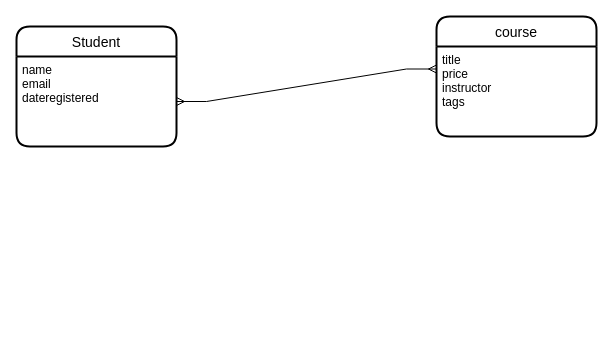
This is Untitled Diagram.drawio from musa0491/DataBase-MySQL, a draw.io file, before an edit. Source tidied: cells renumbered, new cells numbered last; positions are measured from the earlier drawing's top-left corner, leaving out a move shared by most shapes. Both pictures are drawn from the tidied source at 100%, with x=0, y=0 at pixel (16, 16).
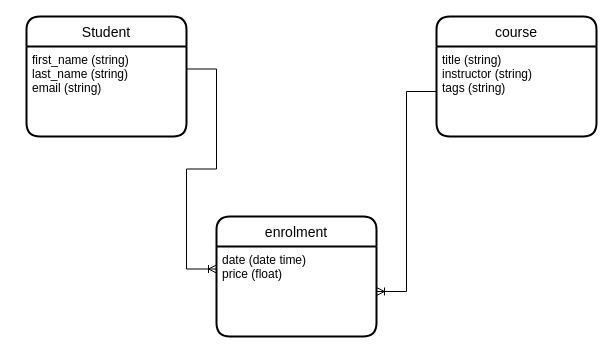
The same page after the edit.

Diff of the diagram source:
```diff
@@
 <mxGraphModel>
   <root>
     <mxCell id="0" />
     <mxCell id="1" parent="0" />
     <mxCell id="2" value="Student" style="swimlane;horizontal=1;startSize=30;rounded=1;fontSize=14;fontStyle=0;strokeWidth=2;shadow=0;dashed=0;align=center;" parent="1" vertex="1">
-      <mxGeometry y="10" width="160" height="120" as="geometry" />
+      <mxGeometry x="10" width="160" height="120" as="geometry" />
     </mxCell>
-    <mxCell id="3" value="name&#10;email&#10;dateregistered&#10;" style="align=left;strokeColor=none;fillColor=none;spacingLeft=4;fontSize=12;verticalAlign=top;" parent="2" vertex="1">
+    <mxCell id="3" value="first_name (string)&#10;last_name (string)&#10;email (string)&#10;&#10;" style="align=left;strokeColor=none;fillColor=none;spacingLeft=4;fontSize=12;verticalAlign=top;" parent="2" vertex="1">
       <mxGeometry y="30" width="160" height="90" as="geometry" />
     </mxCell>
     <mxCell id="4" value="course" style="swimlane;horizontal=1;startSize=30;rounded=1;fontSize=14;fontStyle=0;strokeWidth=2;shadow=0;dashed=0;align=center;" parent="1" vertex="1">
       <mxGeometry x="420" width="160" height="120" as="geometry" />
     </mxCell>
-    <mxCell id="5" value="title&#10;price&#10;instructor&#10;tags&#10;" style="align=left;strokeColor=none;fillColor=none;spacingLeft=4;fontSize=12;verticalAlign=top;" parent="4" vertex="1">
+    <mxCell id="5" value="title (string)&#10;instructor (string)&#10;tags (string)&#10;" style="align=left;strokeColor=none;fillColor=none;spacingLeft=4;fontSize=12;verticalAlign=top;" parent="4" vertex="1">
       <mxGeometry y="30" width="160" height="90" as="geometry" />
     </mxCell>
-    <mxCell id="6" style="edgeStyle=entityRelationEdgeStyle;fontSize=12;html=1;endArrow=ERmany;startArrow=ERmany;rounded=0;entryX=0;entryY=0.25;entryDx=0;entryDy=0;" parent="1" edge="1" source="3" target="5">
-      <mxGeometry relative="1" as="geometry" />
-    </mxCell>
+    <mxCell id="7" value="enrolment" style="swimlane;horizontal=1;startSize=30;rounded=1;fontSize=14;fontStyle=0;strokeWidth=2;shadow=0;dashed=0;align=center;" parent="1" vertex="1">
+      <mxGeometry x="200" y="200" width="160" height="120" as="geometry" />
+    </mxCell>
+    <mxCell id="8" value="date (date time)&#10;price (float)&#10;" style="align=left;strokeColor=none;fillColor=none;spacingLeft=4;fontSize=12;verticalAlign=top;" parent="7" vertex="1">
+      <mxGeometry y="30" width="160" height="90" as="geometry" />
+    </mxCell>
+    <mxCell id="9" style="edgeStyle=entityRelationEdgeStyle;fontSize=12;html=1;endArrow=ERoneToMany;rounded=0;entryX=0;entryY=0.25;entryDx=0;entryDy=0;exitX=1;exitY=0.25;exitDx=0;exitDy=0;" parent="1" edge="1" source="3" target="8">
+      <mxGeometry relative="1" as="geometry" />
+    </mxCell>
+    <mxCell id="10" style="edgeStyle=entityRelationEdgeStyle;fontSize=12;html=1;endArrow=ERoneToMany;rounded=0;entryX=1;entryY=0.5;entryDx=0;entryDy=0;" parent="1" edge="1" source="5" target="8">
+      <mxGeometry relative="1" as="geometry" />
+    </mxCell>
   </root>
 </mxGraphModel>
```
